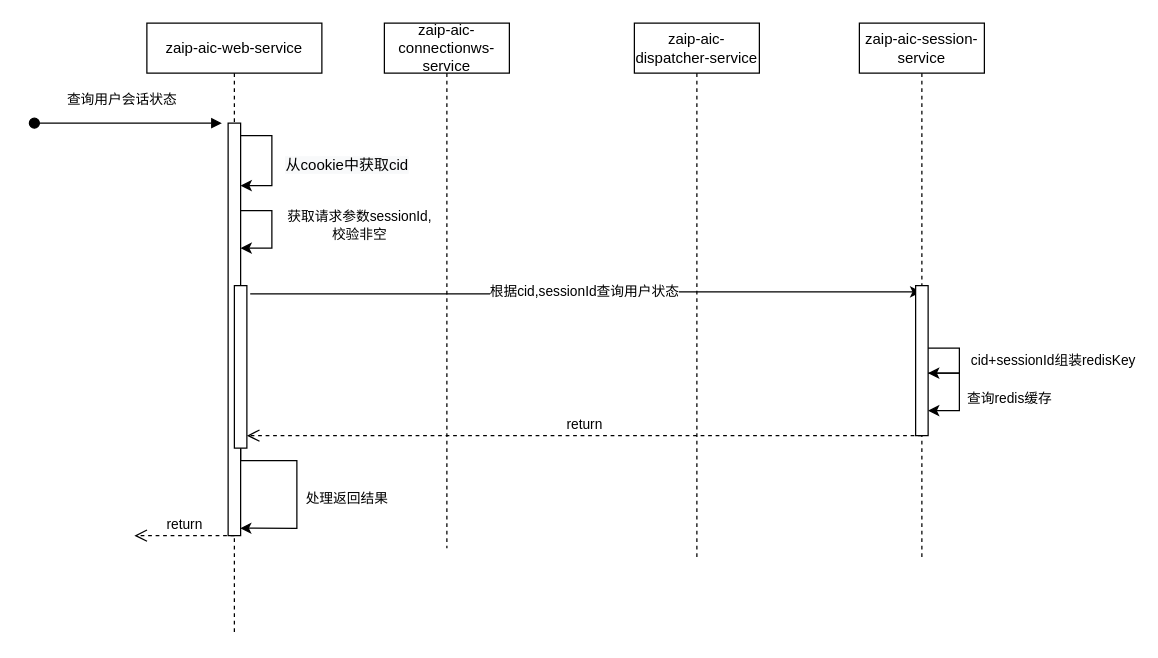
Above: IP-3379 在线人工客服会话C端增加结束保持会话操作-时序图.drawio in hack0303/draw.io-store (draw.io), before the change. Source tidied: cells renumbered, new cells numbered last; positions are measured from the earlier drawing's top-left corner, leaving out a move shared by most shapes. Both pictures are drawn from the tidied source at 125%, with x=0, y=0 at pixel (34, 22).
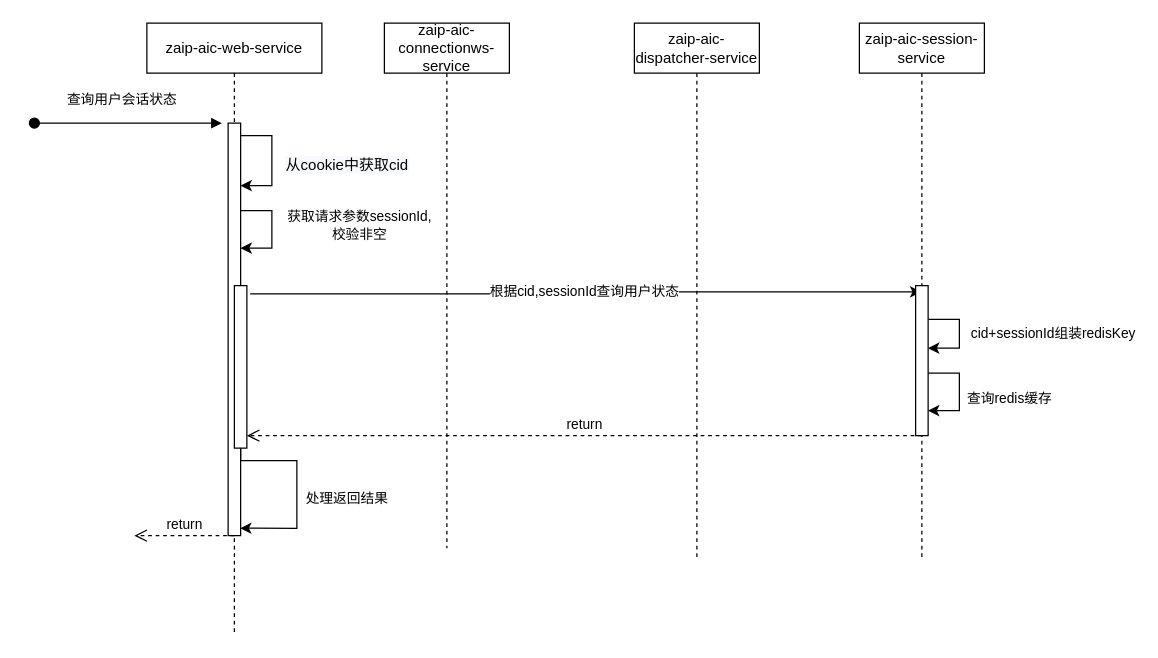
The same page after the edit.

Commit message:
更新IP-3379 在线人工客服会话C端增加结束保持会话操作-时序图.drawio

Unchanged cells that the change refers to:
```xml
<mxCell id="4" value="zaip-aic-session-service" style="shape=umlLifeline;perimeter=lifelinePerimeter;whiteSpace=wrap;html=1;outlineConnect=0;" parent="1" vertex="1">
  <mxGeometry x="660" width="100" height="430" as="geometry" />
</mxCell>
<mxCell id="5" style="html=1;points=[];perimeter=orthogonalPerimeter;" parent="4" vertex="1">
  <mxGeometry x="45" y="210" width="10" height="120" as="geometry" />
</mxCell>
```

The edit, as a diff of the source:
```diff
@@
-    <mxCell id="6" value="cid+sessionId组装redisKey" style="edgeStyle=orthogonalEdgeStyle;rounded=0;orthogonalLoop=1;jettySize=auto;html=1;" parent="4" edge="1" source="5" target="5">
+    <mxCell id="6" value="cid+sessionId组装redisKey" style="edgeStyle=orthogonalEdgeStyle;rounded=0;orthogonalLoop=1;jettySize=auto;html=1;exitX=1.033;exitY=0.225;exitDx=0;exitDy=0;exitPerimeter=0;" parent="4" edge="1" source="5" target="5">
       <mxGeometry y="75" relative="1" as="geometry">
         <Array as="points">
-          <mxPoint x="80" y="270" />
+          <mxPoint x="80" y="237" />
+          <mxPoint x="80" y="260" />
         </Array>
       </mxGeometry>
     </mxCell>
```
